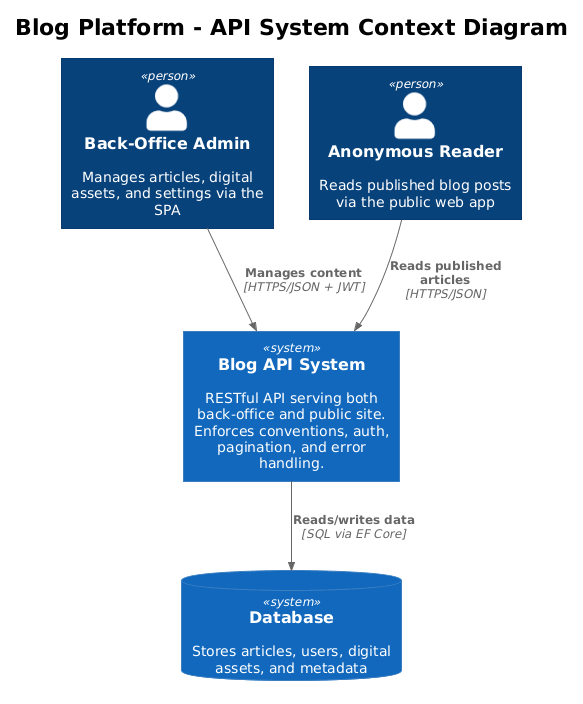
This is docs/detailed-designs/06-restful-api/diagrams/c4_context.png from QuinntyneBrown/Blog, a PlantUML export, as it was before one commit. Source of this version:
```plantuml
@startuml
!theme plain
!include <C4/C4_Context>

title Blog Platform - API System Context Diagram

Person(admin, "Back-Office Admin", "Manages articles, digital assets, and settings via the SPA")
Person(reader, "Anonymous Reader", "Reads published blog posts via the public web app")

System(api, "Blog API System", "RESTful API serving both back-office and public site.\nEnforces conventions, auth, pagination, and error handling.")

SystemDb(db, "Database", "Stores articles, users, digital assets, and metadata")

Rel(admin, api, "Manages content", "HTTPS/JSON + JWT")
Rel(reader, api, "Reads published articles", "HTTPS/JSON")
Rel(api, db, "Reads/writes data", "SQL via EF Core")
@enduml
```
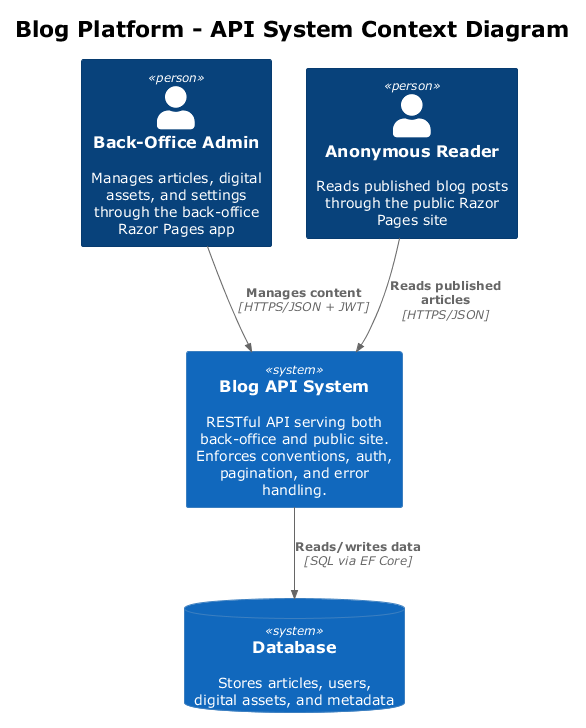
Above is the later version.

What changed in the source:
```diff
@@ -1,11 +1,11 @@
-@startuml
+@startuml c4_context
 !theme plain
 !include <C4/C4_Context>
 
 title Blog Platform - API System Context Diagram
 
-Person(admin, "Back-Office Admin", "Manages articles, digital assets, and settings via the SPA")
-Person(reader, "Anonymous Reader", "Reads published blog posts via the public web app")
+Person(admin, "Back-Office Admin", "Manages articles, digital assets, and settings through the back-office Razor Pages app")
+Person(reader, "Anonymous Reader", "Reads published blog posts through the public Razor Pages site")
 
 System(api, "Blog API System", "RESTful API serving both back-office and public site.\nEnforces conventions, auth, pagination, and error handling.")
 
@@ -14,4 +14,5 @@
 Rel(admin, api, "Manages content", "HTTPS/JSON + JWT")
 Rel(reader, api, "Reads published articles", "HTTPS/JSON")
 Rel(api, db, "Reads/writes data", "SQL via EF Core")
+
 @enduml
```
